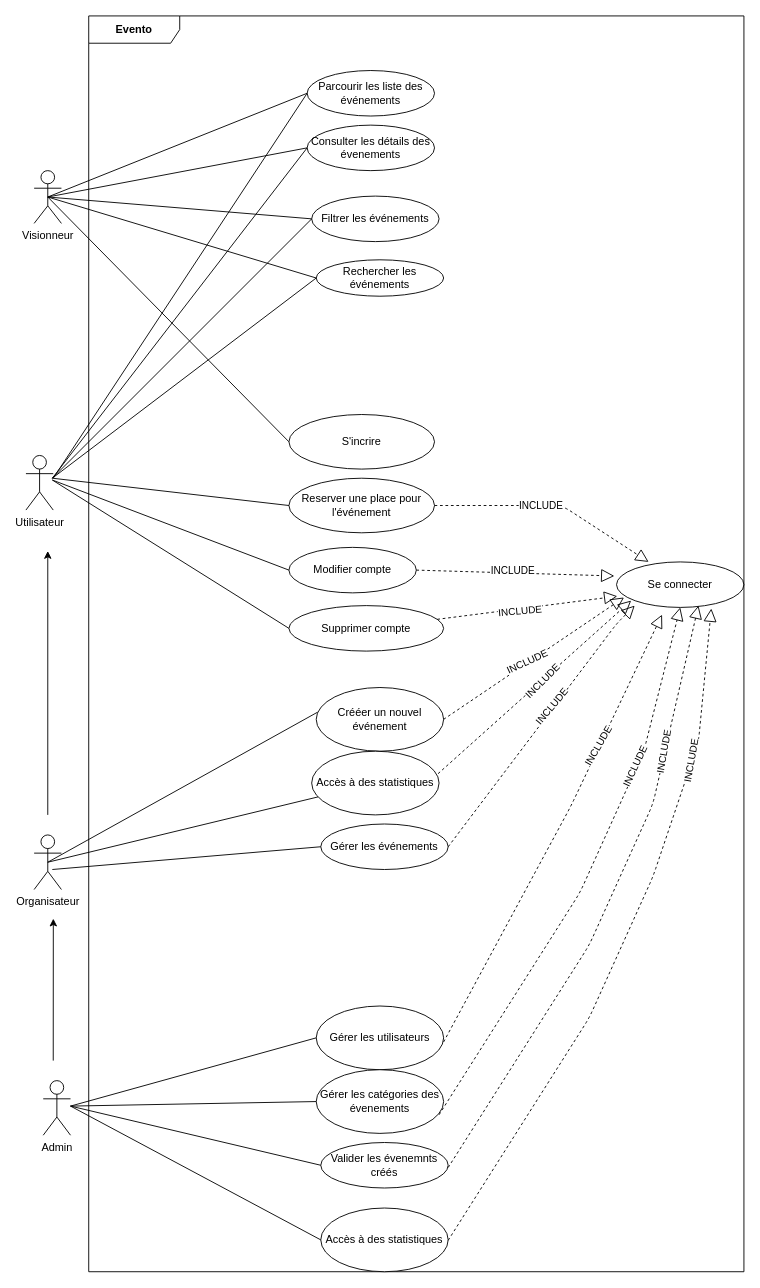
Earlier version of the draw.io diagram Conception/use_case.drawio (emminyell/Evento). Source tidied: cells renumbered, new cells numbered last; positions are measured from the earlier drawing's top-left corner, leaving out a move shared by most shapes. Both pictures are drawn from the tidied source at 91%, with x=0, y=0 at pixel (25, 15).
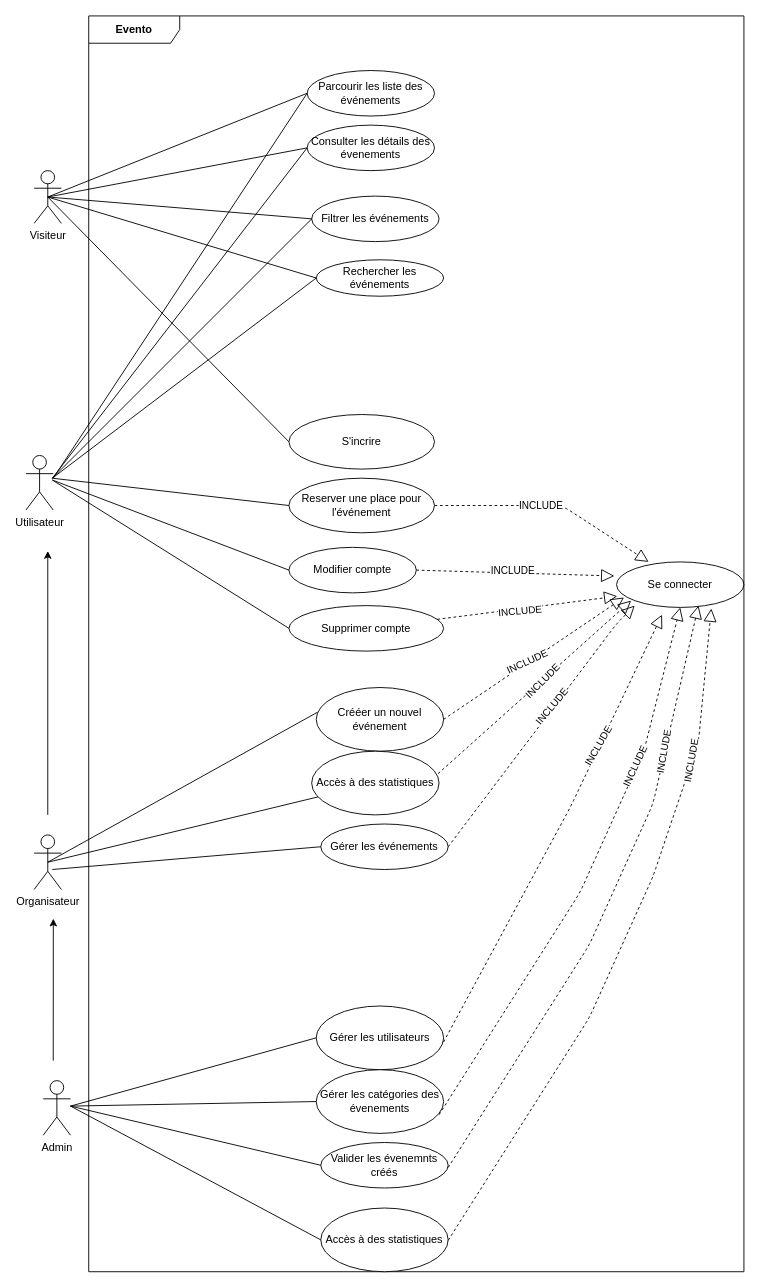
The same page after the edit.

What changed in the source:
```diff
@@
-    <mxCell id="2" value="Visionneur" style="shape=umlActor;verticalLabelPosition=bottom;verticalAlign=top;html=1;" parent="1" vertex="1">
+    <mxCell id="2" value="Visiteur" style="shape=umlActor;verticalLabelPosition=bottom;verticalAlign=top;html=1;" parent="1" vertex="1">
       <mxGeometry x="9" y="170" width="30" height="58" as="geometry" />
     </mxCell>
```
